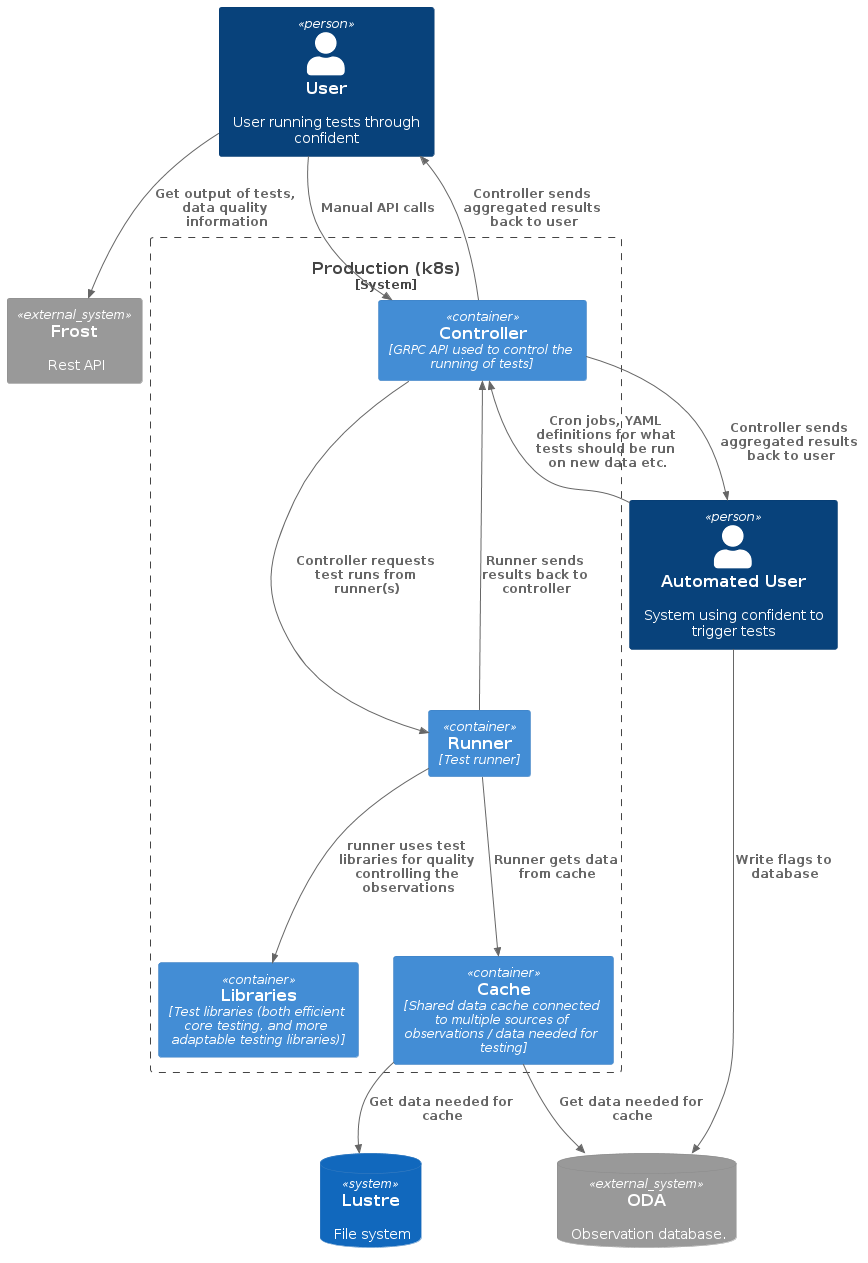
metno/rove keeps this PlantUML diagram as docs/Confident_Context.png. Above is the earlier version.
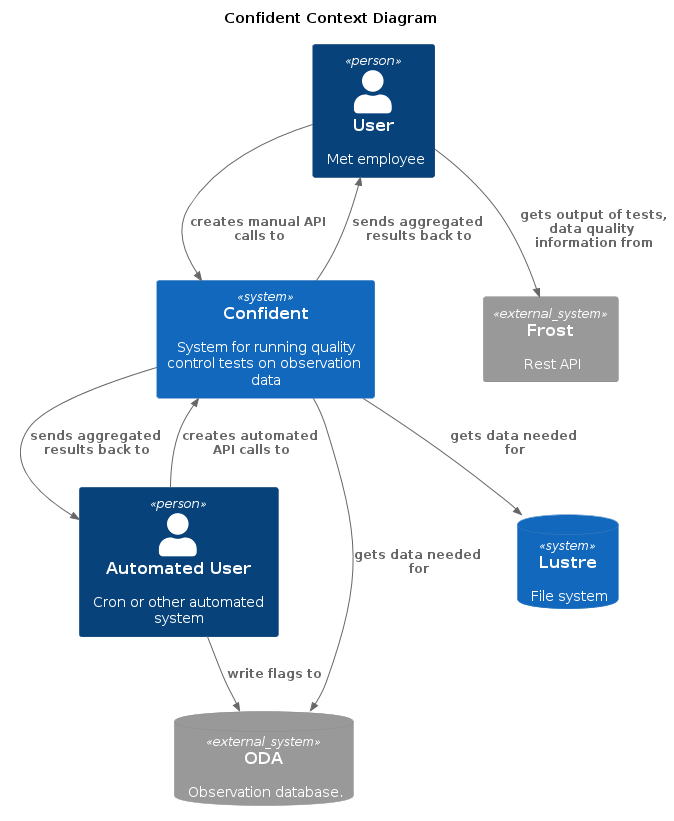
After the change.

Commit message:
update c4 diagrams, and the requirements

Diff of the diagram source:
```diff
@@ -3,31 +3,25 @@
 
 LAYOUT_TOP_DOWN()
 
-Person(user, "User", "User running tests through confident")
-Person(automated_user, "Automated User", "System using confident to trigger tests")
+title
+  Confident Context Diagram
+end title
 
+Person(user, "User", "Met employee")
+Person(automated_user, "Automated User", "Cron or other automated system")
+
+System(confident, "Confident", "System for running quality control tests on observation data")
 System_Ext(frost, "Frost", "Rest API")
 SystemDb_Ext(oda, "ODA", "Observation database.")
 SystemDb(lustre, "Lustre", "File system")
 
-System_Boundary(K8s, "Production (k8s)") {
-  Container(controller, "Controller", "GRPC API used to control the running of tests")
-  Container(runner, "Runner", "Test runner")
-  Container(libraries, "Libraries", "Test libraries (both efficient core testing, and more adaptable testing libraries)")
-  Container(cache, "Cache", "Shared data cache connected to multiple sources of observations / data needed for testing")
-}
+Rel(user, confident, "creates manual API calls to")
+Rel(confident, user, "sends aggregated results back to")
+Rel(automated_user, confident, "creates automated API calls to")
+Rel(confident, automated_user, "sends aggregated results back to")
 
-Rel(controller, runner, "Controller requests test runs from runner(s)")
-Rel(runner, controller, "Runner sends results back to controller")
-Rel(runner, libraries, "runner uses test libraries for quality controlling the observations")
-Rel(runner, cache, "Runner gets data from cache")
-Rel(controller, automated_user, "Controller sends aggregated results back to user")
-Rel(controller, user, "Controller sends aggregated results back to user")
-Rel(automated_user, oda, "Write flags to database")
-
-Rel(user, controller, "Manual API calls")
-Rel(automated_user, controller, "Cron jobs, YAML definitions for what tests should be run on new data etc.")
-Rel(cache, oda, "Get data needed for cache")
-Rel(cache, lustre, "Get data needed for cache")
-Rel(user, frost, "Get output of tests, data quality information")
+Rel(confident, oda, "gets data needed for")
+Rel(automated_user, oda, "write flags to")
+Rel(confident, lustre, "gets data needed for")
+Rel(user, frost, "gets output of tests, data quality information from")
 @enduml
```
